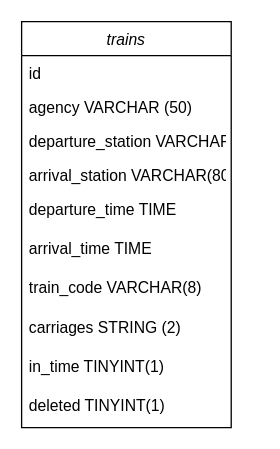
This is trains.drawio from AndrianiClaudio/laravel-migration-seeder, a draw.io file, before an edit. Source tidied: cells renumbered, new cells numbered last; positions are measured from the earlier drawing's top-left corner, leaving out a move shared by most shapes. Both pictures are drawn from the tidied source at 131%, with x=0, y=0 at pixel (21, 21).
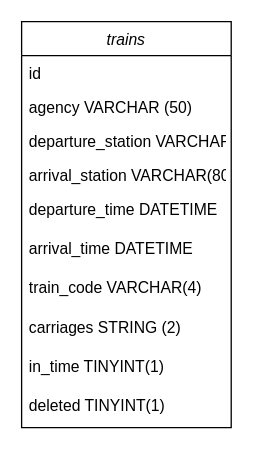
Above is the later version.

Commit message (it also covers changes not shown here):
Creazione model Train, controller TrainController

What changed in the source:
```diff
@@
 <mxGraphModel>
   <root>
     <mxCell id="0" />
     <mxCell id="1" parent="0" />
     <mxCell id="2" value="trains" style="swimlane;fontStyle=2;align=center;verticalAlign=top;horizontal=1;startSize=26;rounded=0;shadow=0;strokeWidth=1;" parent="1" vertex="1">
       <mxGeometry width="160" height="310" as="geometry" />
     </mxCell>
     <mxCell id="3" value="id" style="text;align=left;verticalAlign=top;spacingLeft=4;spacingRight=4;overflow=hidden;" parent="2" vertex="1">
       <mxGeometry y="26" width="160" height="26" as="geometry" />
     </mxCell>
     <mxCell id="4" value="agency VARCHAR (50)" style="text;align=left;verticalAlign=top;spacingLeft=4;spacingRight=4;overflow=hidden;rounded=0;shadow=0;html=0;" parent="2" vertex="1">
       <mxGeometry y="52" width="160" height="26" as="geometry" />
     </mxCell>
     <mxCell id="5" value="departure_station VARCHAR(80)" style="text;align=left;verticalAlign=top;spacingLeft=4;spacingRight=4;overflow=hidden;rounded=0;shadow=0;html=0;" parent="2" vertex="1">
       <mxGeometry y="78" width="160" height="26" as="geometry" />
     </mxCell>
     <mxCell id="6" value="arrival_station VARCHAR(80)" style="text;align=left;verticalAlign=top;spacingLeft=4;spacingRight=4;overflow=hidden;rounded=0;shadow=0;html=0;" parent="2" vertex="1">
       <mxGeometry y="104" width="160" height="26" as="geometry" />
     </mxCell>
-    <mxCell id="7" value="departure_time TIME" style="text;align=left;verticalAlign=top;spacingLeft=4;spacingRight=4;overflow=hidden;rounded=0;shadow=0;html=0;" parent="2" vertex="1">
+    <mxCell id="7" value="departure_time DATETIME" style="text;align=left;verticalAlign=top;spacingLeft=4;spacingRight=4;overflow=hidden;rounded=0;shadow=0;html=0;" parent="2" vertex="1">
       <mxGeometry y="130" width="160" height="30" as="geometry" />
     </mxCell>
-    <mxCell id="8" value="arrival_time TIME" style="text;align=left;verticalAlign=top;spacingLeft=4;spacingRight=4;overflow=hidden;rounded=0;shadow=0;html=0;" parent="2" vertex="1">
+    <mxCell id="8" value="arrival_time DATETIME" style="text;align=left;verticalAlign=top;spacingLeft=4;spacingRight=4;overflow=hidden;rounded=0;shadow=0;html=0;" parent="2" vertex="1">
       <mxGeometry y="160" width="160" height="30" as="geometry" />
     </mxCell>
-    <mxCell id="9" value="train_code VARCHAR(8)" style="text;align=left;verticalAlign=top;spacingLeft=4;spacingRight=4;overflow=hidden;rounded=0;shadow=0;html=0;" parent="2" vertex="1">
+    <mxCell id="9" value="train_code VARCHAR(4)" style="text;align=left;verticalAlign=top;spacingLeft=4;spacingRight=4;overflow=hidden;rounded=0;shadow=0;html=0;" parent="2" vertex="1">
       <mxGeometry y="190" width="160" height="30" as="geometry" />
     </mxCell>
     <mxCell id="10" value="carriages STRING (2)" style="text;align=left;verticalAlign=top;spacingLeft=4;spacingRight=4;overflow=hidden;rounded=0;shadow=0;html=0;" parent="2" vertex="1">
       <mxGeometry y="220" width="160" height="30" as="geometry" />
     </mxCell>
     <mxCell id="11" value="in_time TINYINT(1)" style="text;align=left;verticalAlign=top;spacingLeft=4;spacingRight=4;overflow=hidden;rounded=0;shadow=0;html=0;" parent="2" vertex="1">
       <mxGeometry y="250" width="160" height="30" as="geometry" />
     </mxCell>
     <mxCell id="12" value="deleted TINYINT(1)" style="text;align=left;verticalAlign=top;spacingLeft=4;spacingRight=4;overflow=hidden;rounded=0;shadow=0;html=0;" parent="2" vertex="1">
       <mxGeometry y="280" width="160" height="30" as="geometry" />
     </mxCell>
   </root>
 </mxGraphModel>
```
